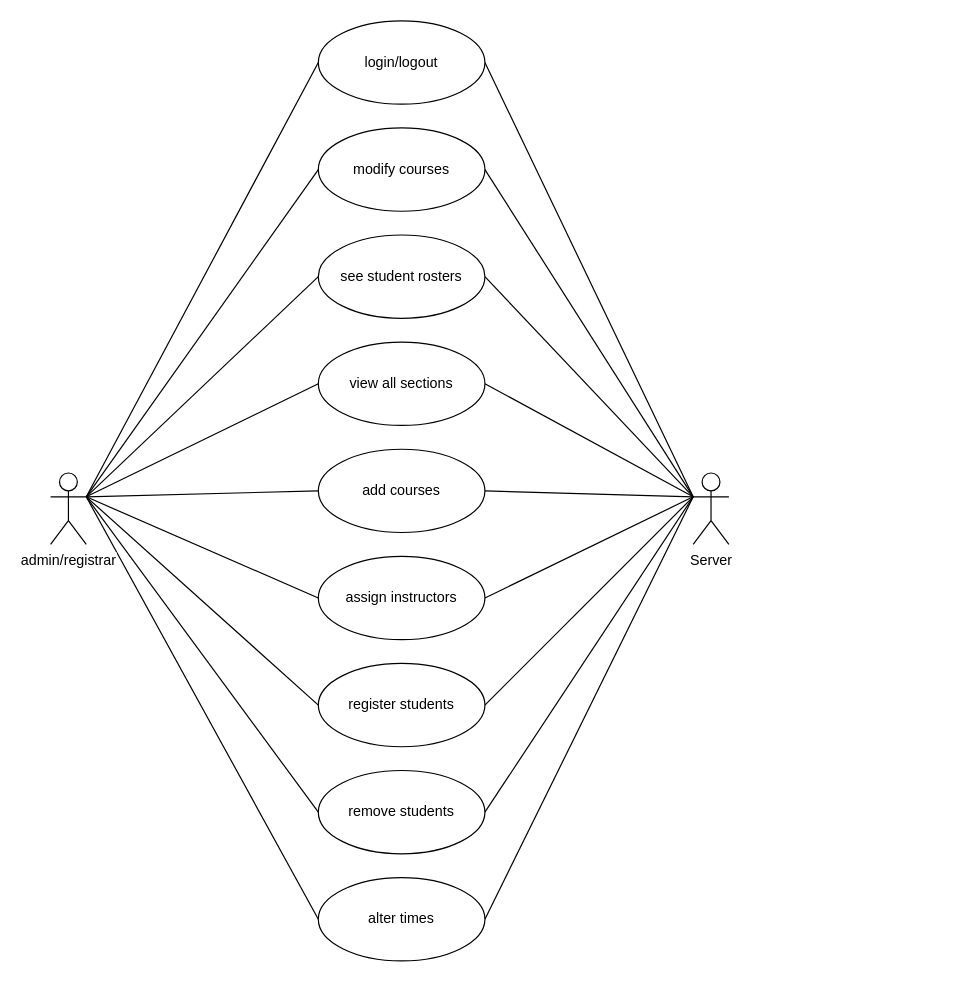
Before: Models/admin_registrar_USE.drawio in kryskon/CURSE, a draw.io diagram. Source tidied: cells renumbered, new cells numbered last; positions are measured from the earlier drawing's top-left corner, leaving out a move shared by most shapes. Both pictures are drawn from the tidied source at 119%, with x=0, y=0 at pixel (50, 20).
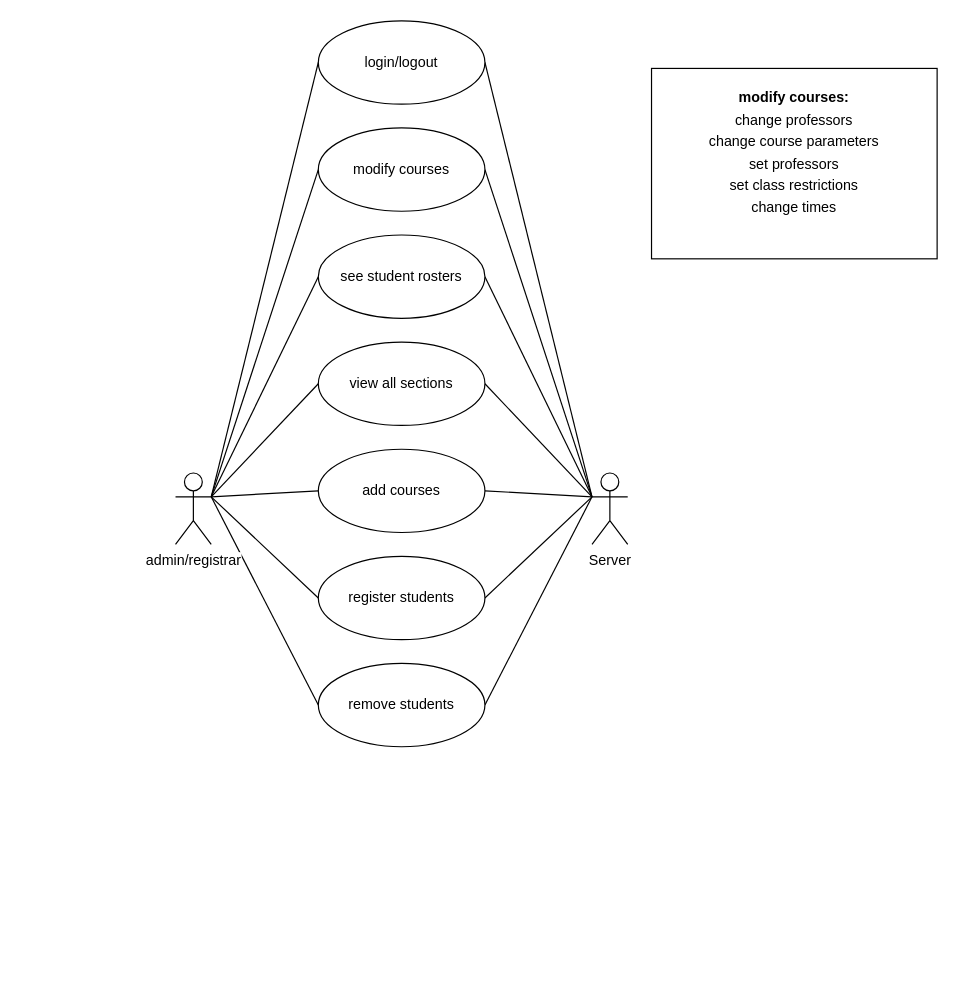
Above is the later version.

Diff of the diagram source:
```diff
@@
-    <mxCell id="7" style="edgeStyle=none;rounded=0;jettySize=auto;html=1;exitX=1;exitY=0.3333333333333333;exitDx=0;exitDy=0;exitPerimeter=0;entryX=0;entryY=0.5;entryDx=0;entryDy=0;endArrow=none;endFill=0;" parent="1" edge="1" source="11" target="24">
-      <mxGeometry relative="1" as="geometry" />
-    </mxCell>
@@
-    <mxCell id="10" style="edgeStyle=none;rounded=0;jettySize=auto;html=1;exitX=1;exitY=0.3333333333333333;exitDx=0;exitDy=0;exitPerimeter=0;entryX=0;entryY=0.5;entryDx=0;entryDy=0;endArrow=none;endFill=0;" parent="1" edge="1" source="11" target="30">
-      <mxGeometry relative="1" as="geometry" />
-    </mxCell>
     <mxCell id="11" value="admin/registrar" style="shape=umlActor;verticalLabelPosition=bottom;labelBackgroundColor=#ffffff;verticalAlign=top;html=1;" parent="1" vertex="1">
-      <mxGeometry y="380" width="30" height="60" as="geometry" />
+      <mxGeometry x="105" y="380" width="30" height="60" as="geometry" />
     </mxCell>
@@
     <mxCell id="20" value="Server&lt;br&gt;" style="shape=umlActor;verticalLabelPosition=bottom;labelBackgroundColor=#ffffff;verticalAlign=top;html=1;" parent="1" vertex="1">
-      <mxGeometry x="540" y="380" width="30" height="60" as="geometry" />
+      <mxGeometry x="455" y="380" width="30" height="60" as="geometry" />
     </mxCell>
@@
-    <mxCell id="23" style="edgeStyle=none;rounded=0;jettySize=auto;html=1;exitX=1;exitY=0.5;exitDx=0;exitDy=0;entryX=0;entryY=0.3333333333333333;entryDx=0;entryDy=0;entryPerimeter=0;endArrow=none;endFill=0;" parent="1" edge="1" source="24" target="20">
-      <mxGeometry relative="1" as="geometry" />
-    </mxCell>
-    <mxCell id="24" value="assign instructors" style="ellipse;whiteSpace=wrap;html=1;" parent="1" vertex="1">
-      <mxGeometry x="225" y="450" width="140" height="70" as="geometry" />
-    </mxCell>
@@
     <mxCell id="26" value="register students" style="ellipse;whiteSpace=wrap;html=1;" parent="1" vertex="1">
-      <mxGeometry x="225" y="540" width="140" height="70" as="geometry" />
+      <mxGeometry x="225" y="450" width="140" height="70" as="geometry" />
     </mxCell>
@@
     <mxCell id="28" value="remove students" style="ellipse;whiteSpace=wrap;html=1;" parent="1" vertex="1">
-      <mxGeometry x="225" y="630" width="140" height="70" as="geometry" />
+      <mxGeometry x="225" y="540" width="140" height="70" as="geometry" />
     </mxCell>
-    <mxCell id="29" style="edgeStyle=none;rounded=0;jettySize=auto;html=1;exitX=1;exitY=0.5;exitDx=0;exitDy=0;entryX=0;entryY=0.3333333333333333;entryDx=0;entryDy=0;entryPerimeter=0;endArrow=none;endFill=0;" parent="1" edge="1" source="30" target="20">
-      <mxGeometry relative="1" as="geometry" />
-    </mxCell>
-    <mxCell id="30" value="alter times" style="ellipse;whiteSpace=wrap;html=1;" parent="1" vertex="1">
-      <mxGeometry x="225" y="720" width="140" height="70" as="geometry" />
-    </mxCell>
+    <mxCell id="31" value="&lt;p style=&quot;margin: 0px ; margin-top: 4px ; text-align: center&quot;&gt;&lt;br&gt;&lt;b&gt;modify courses:&lt;/b&gt;&lt;/p&gt;&lt;p style=&quot;margin: 0px ; margin-top: 4px ; text-align: center&quot;&gt;change professors&lt;/p&gt;&lt;p style=&quot;margin: 0px ; margin-top: 4px ; text-align: center&quot;&gt;change course parameters&lt;/p&gt;&lt;p style=&quot;margin: 0px ; margin-top: 4px ; text-align: center&quot;&gt;set professors&lt;/p&gt;&lt;p style=&quot;margin: 0px ; margin-top: 4px ; text-align: center&quot;&gt;set class restrictions&lt;/p&gt;&lt;p style=&quot;margin: 0px ; margin-top: 4px ; text-align: center&quot;&gt;change times&lt;/p&gt;&lt;p style=&quot;margin: 0px ; margin-top: 4px ; text-align: center&quot;&gt;&lt;br&gt;&lt;/p&gt;" style="verticalAlign=top;align=left;overflow=fill;fontSize=12;fontFamily=Helvetica;html=1;" parent="1" vertex="1">
+      <mxGeometry x="505" y="40" width="240" height="160" as="geometry" />
+    </mxCell>
```
